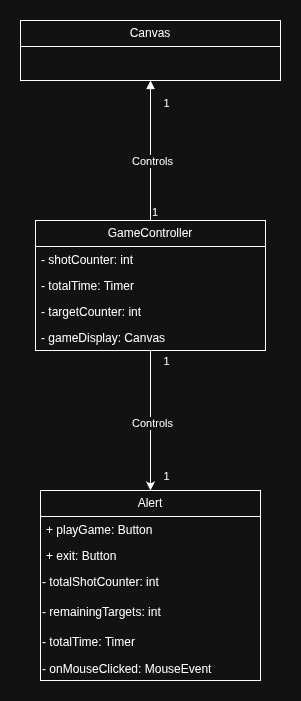
The draw.io diagram docs/UML/UC_003/UC_003_CD.png in actellim/cannon_game, before a commit. Source tidied: cells renumbered, new cells last; positions are measured from the earlier drawing's top-left corner, leaving out a move shared by most shapes. The source it was exported from:
```xml
<mxGraphModel>
  <root>
    <mxCell id="0" />
    <mxCell id="1" parent="0" />
    <mxCell id="2" style="edgeStyle=orthogonalEdgeStyle;rounded=0;jettySize=auto;html=1;" parent="1" edge="1" source="6" target="15">
      <mxGeometry relative="1" as="geometry" />
    </mxCell>
    <mxCell id="3" value="Controls" style="edgeLabel;html=1;align=center;verticalAlign=middle;" parent="2" vertex="1">
      <mxGeometry x="0.03" y="1" relative="1" as="geometry" />
    </mxCell>
    <mxCell id="4" value="1" style="edgeLabel;html=1;align=center;verticalAlign=middle;" parent="2" vertex="1">
      <mxGeometry x="-0.86" y="4" relative="1" as="geometry">
        <mxPoint x="11" as="offset" />
      </mxGeometry>
    </mxCell>
    <mxCell id="5" value="1" style="edgeLabel;html=1;align=center;verticalAlign=middle;" parent="2" vertex="1">
      <mxGeometry x="0.79" y="-2" relative="1" as="geometry">
        <mxPoint x="17" as="offset" />
      </mxGeometry>
    </mxCell>
    <mxCell id="6" value="GameController" style="swimlane;fontStyle=0;horizontal=1;startSize=26;fillColor=none;whiteSpace=wrap;html=1;" parent="1" vertex="1">
      <mxGeometry x="15" y="200" width="230" height="130" as="geometry" />
    </mxCell>
    <mxCell id="7" value="- shotCounter: int" style="text;strokeColor=none;fillColor=none;align=left;verticalAlign=top;spacingLeft=4;spacingRight=4;overflow=hidden;whiteSpace=wrap;html=1;" parent="6" vertex="1">
      <mxGeometry y="26" width="230" height="26" as="geometry" />
    </mxCell>
    <mxCell id="8" value="- totalTime: Timer" style="text;strokeColor=none;fillColor=none;align=left;verticalAlign=top;spacingLeft=4;spacingRight=4;overflow=hidden;whiteSpace=wrap;html=1;" parent="6" vertex="1">
      <mxGeometry y="52" width="230" height="26" as="geometry" />
    </mxCell>
    <mxCell id="9" value="- targetCounter: int" style="text;strokeColor=none;fillColor=none;align=left;verticalAlign=top;spacingLeft=4;spacingRight=4;overflow=hidden;whiteSpace=wrap;html=1;" parent="6" vertex="1">
      <mxGeometry y="78" width="230" height="26" as="geometry" />
    </mxCell>
    <mxCell id="10" value="- gameDisplay: Canvas" style="text;strokeColor=none;fillColor=none;align=left;verticalAlign=top;spacingLeft=4;spacingRight=4;overflow=hidden;whiteSpace=wrap;html=1;" parent="6" vertex="1">
      <mxGeometry y="104" width="230" height="26" as="geometry" />
    </mxCell>
    <mxCell id="11" value="Canvas" style="swimlane;fontStyle=0;horizontal=1;startSize=26;fillColor=none;whiteSpace=wrap;html=1;" parent="1" vertex="1">
      <mxGeometry width="260" height="60" as="geometry" />
    </mxCell>
    <mxCell id="12" value="Controls" style="endArrow=block;endFill=1;html=1;edgeStyle=orthogonalEdgeStyle;align=left;verticalAlign=top;rounded=0;entryX=0.5;entryY=1;entryDx=0;entryDy=0;exitX=0.5;exitY=0;exitDx=0;exitDy=0;" parent="1" edge="1" source="6" target="11">
      <mxGeometry x="0.03" y="20" relative="1" as="geometry" />
    </mxCell>
    <mxCell id="13" value="1" style="edgeLabel;html=1;align=left;verticalAlign=bottom;" parent="12" vertex="1">
      <mxGeometry x="-1" relative="1" as="geometry" />
    </mxCell>
    <mxCell id="14" value="1" style="edgeLabel;html=1;align=center;verticalAlign=middle;" parent="12" vertex="1">
      <mxGeometry x="0.69" y="-2" relative="1" as="geometry">
        <mxPoint x="13" as="offset" />
      </mxGeometry>
    </mxCell>
    <mxCell id="15" value="Alert" style="swimlane;fontStyle=0;horizontal=1;startSize=26;fillColor=none;whiteSpace=wrap;html=1;" parent="1" vertex="1">
      <mxGeometry x="20" y="470" width="220" height="190" as="geometry" />
    </mxCell>
    <mxCell id="16" value="+ playGame: Button" style="text;strokeColor=none;fillColor=none;align=left;verticalAlign=top;spacingLeft=4;spacingRight=4;overflow=hidden;whiteSpace=wrap;html=1;" parent="15" vertex="1">
      <mxGeometry y="26" width="220" height="26" as="geometry" />
    </mxCell>
    <mxCell id="17" value="+ exit: Button" style="text;strokeColor=none;fillColor=none;align=left;verticalAlign=top;spacingLeft=4;spacingRight=4;overflow=hidden;whiteSpace=wrap;html=1;" parent="15" vertex="1">
      <mxGeometry y="52" width="220" height="26" as="geometry" />
    </mxCell>
    <mxCell id="18" style="group;" parent="15" vertex="1">
      <mxGeometry y="78" width="220" height="90" as="geometry" />
    </mxCell>
    <mxCell id="19" value="- totalShotCounter: int" style="text;html=1;whiteSpace=wrap;strokeColor=none;fillColor=none;align=left;verticalAlign=top;rounded=0;" parent="18" vertex="1">
      <mxGeometry width="130" height="30" as="geometry" />
    </mxCell>
    <mxCell id="20" value="- remainingTargets: int" style="text;html=1;whiteSpace=wrap;strokeColor=none;fillColor=none;align=left;verticalAlign=top;rounded=0;" parent="18" vertex="1">
      <mxGeometry y="30" width="130" height="30" as="geometry" />
    </mxCell>
    <mxCell id="21" value="- totalTime: Timer" style="text;html=1;whiteSpace=wrap;strokeColor=none;fillColor=none;align=left;verticalAlign=top;rounded=0;" parent="18" vertex="1">
      <mxGeometry y="60" width="130" height="30" as="geometry" />
    </mxCell>
    <mxCell id="22" value="- onMouseClicked: MouseEvent" style="text;html=1;whiteSpace=wrap;strokeColor=none;fillColor=none;align=left;verticalAlign=middle;rounded=0;" parent="15" vertex="1">
      <mxGeometry y="168" width="220" height="22" as="geometry" />
    </mxCell>
  </root>
</mxGraphModel>
```
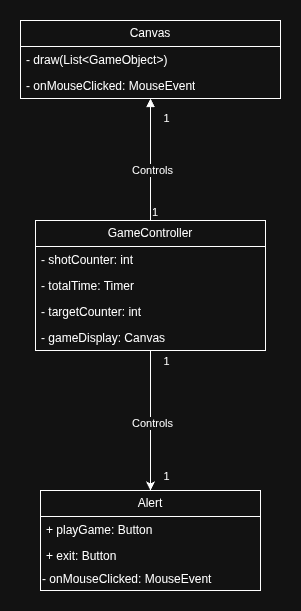
After the change.

Diff of the diagram source:
```diff
@@ -34,8 +34,14 @@
       <mxGeometry y="104" width="230" height="26" as="geometry" />
     </mxCell>
     <mxCell id="11" value="Canvas" style="swimlane;fontStyle=0;horizontal=1;startSize=26;fillColor=none;whiteSpace=wrap;html=1;" parent="1" vertex="1">
-      <mxGeometry width="260" height="60" as="geometry" />
+      <mxGeometry width="260" height="78" as="geometry" />
     </mxCell>
+    <mxCell id="23" value="- draw(List&amp;lt;GameObject&amp;gt;)" style="text;strokeColor=none;fillColor=none;align=left;verticalAlign=top;spacingLeft=4;spacingRight=4;overflow=hidden;whiteSpace=wrap;html=1;" parent="11" vertex="1">
+      <mxGeometry y="26" width="260" height="26" as="geometry" />
+    </mxCell>
+    <mxCell id="24" value="- onMouseClicked: MouseEvent" style="text;strokeColor=none;fillColor=none;align=left;verticalAlign=top;spacingLeft=4;spacingRight=4;overflow=hidden;whiteSpace=wrap;html=1;" parent="11" vertex="1">
+      <mxGeometry y="52" width="260" height="26" as="geometry" />
+    </mxCell>
     <mxCell id="12" value="Controls" style="endArrow=block;endFill=1;html=1;edgeStyle=orthogonalEdgeStyle;align=left;verticalAlign=top;rounded=0;entryX=0.5;entryY=1;entryDx=0;entryDy=0;exitX=0.5;exitY=0;exitDx=0;exitDy=0;" parent="1" edge="1" source="6" target="11">
       <mxGeometry x="0.03" y="20" relative="1" as="geometry" />
     </mxCell>
@@ -48,7 +54,7 @@
       </mxGeometry>
     </mxCell>
     <mxCell id="15" value="Alert" style="swimlane;fontStyle=0;horizontal=1;startSize=26;fillColor=none;whiteSpace=wrap;html=1;" parent="1" vertex="1">
-      <mxGeometry x="20" y="470" width="220" height="190" as="geometry" />
+      <mxGeometry x="20" y="470" width="220" height="100" as="geometry" />
     </mxCell>
     <mxCell id="16" value="+ playGame: Button" style="text;strokeColor=none;fillColor=none;align=left;verticalAlign=top;spacingLeft=4;spacingRight=4;overflow=hidden;whiteSpace=wrap;html=1;" parent="15" vertex="1">
       <mxGeometry y="26" width="220" height="26" as="geometry" />
@@ -56,20 +62,8 @@
     <mxCell id="17" value="+ exit: Button" style="text;strokeColor=none;fillColor=none;align=left;verticalAlign=top;spacingLeft=4;spacingRight=4;overflow=hidden;whiteSpace=wrap;html=1;" parent="15" vertex="1">
       <mxGeometry y="52" width="220" height="26" as="geometry" />
     </mxCell>
-    <mxCell id="18" style="group;" parent="15" vertex="1">
-      <mxGeometry y="78" width="220" height="90" as="geometry" />
-    </mxCell>
-    <mxCell id="19" value="- totalShotCounter: int" style="text;html=1;whiteSpace=wrap;strokeColor=none;fillColor=none;align=left;verticalAlign=top;rounded=0;" parent="18" vertex="1">
-      <mxGeometry width="130" height="30" as="geometry" />
-    </mxCell>
-    <mxCell id="20" value="- remainingTargets: int" style="text;html=1;whiteSpace=wrap;strokeColor=none;fillColor=none;align=left;verticalAlign=top;rounded=0;" parent="18" vertex="1">
-      <mxGeometry y="30" width="130" height="30" as="geometry" />
-    </mxCell>
-    <mxCell id="21" value="- totalTime: Timer" style="text;html=1;whiteSpace=wrap;strokeColor=none;fillColor=none;align=left;verticalAlign=top;rounded=0;" parent="18" vertex="1">
-      <mxGeometry y="60" width="130" height="30" as="geometry" />
-    </mxCell>
     <mxCell id="22" value="- onMouseClicked: MouseEvent" style="text;html=1;whiteSpace=wrap;strokeColor=none;fillColor=none;align=left;verticalAlign=middle;rounded=0;" parent="15" vertex="1">
-      <mxGeometry y="168" width="220" height="22" as="geometry" />
+      <mxGeometry y="78" width="220" height="22" as="geometry" />
     </mxCell>
   </root>
 </mxGraphModel>
```
